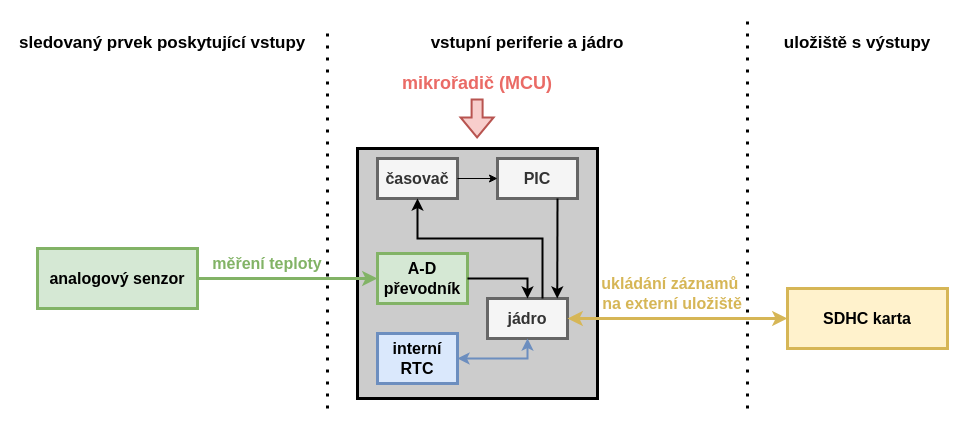
The draw.io diagram diagrams/recorder_mcu/recorder_mcu.drawio in Doly02/thesis, before the edit. Source tidied: cells renumbered, new cells numbered last; positions are measured from the earlier drawing's top-left corner, leaving out a move shared by most shapes. Both pictures are drawn from the tidied source at 100%, with x=0, y=0 at pixel (17, 18).
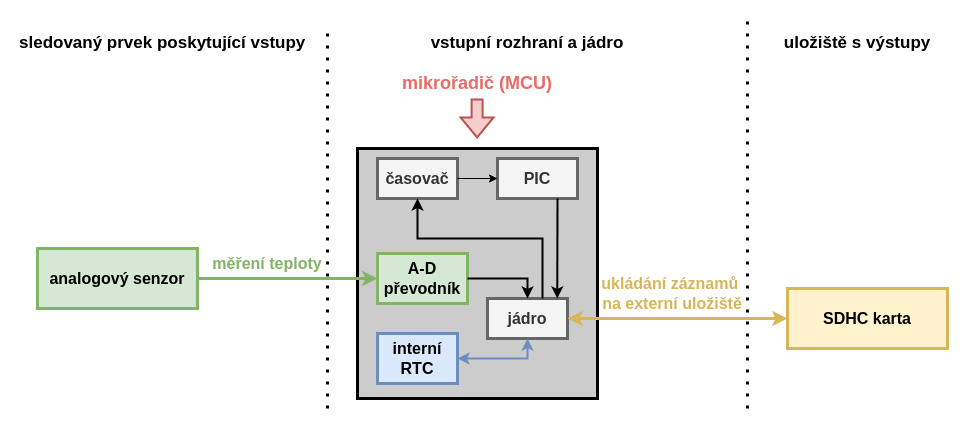
Above is the later version.

What changed in the source:
```diff
@@
-    <mxCell id="23" value="&lt;font style=&quot;font-size: 17px;&quot;&gt;&lt;b style=&quot;&quot;&gt;vstupní periferie a jádro&lt;/b&gt;&lt;/font&gt;" style="text;html=1;align=center;verticalAlign=middle;whiteSpace=wrap;rounded=0;" parent="1" vertex="1">
+    <mxCell id="23" value="&lt;font style=&quot;font-size: 17px;&quot;&gt;&lt;b style=&quot;&quot;&gt;vstupní rozhraní a jádro&lt;/b&gt;&lt;/font&gt;" style="text;html=1;align=center;verticalAlign=middle;whiteSpace=wrap;rounded=0;" parent="1" vertex="1">
       <mxGeometry x="330" y="10" width="360" height="30" as="geometry" />
     </mxCell>
```
